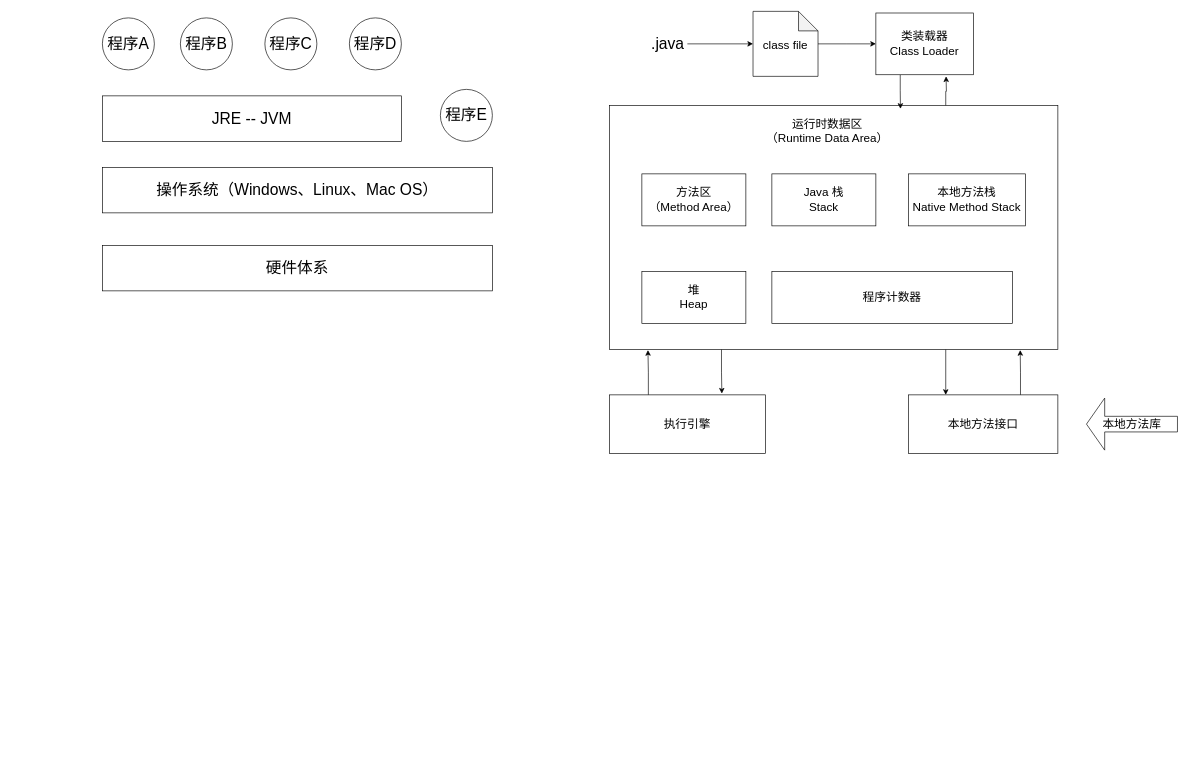
haxianhe/diagrams keeps this draw.io diagram as JVM.drawio. Above is the earlier version. Source tidied: cells renumbered, new cells numbered last; positions are measured from the earlier drawing's top-left corner, leaving out a move shared by most shapes. Both pictures are drawn from the tidied source at 65%, with x=0, y=0 at pixel (102, 11).
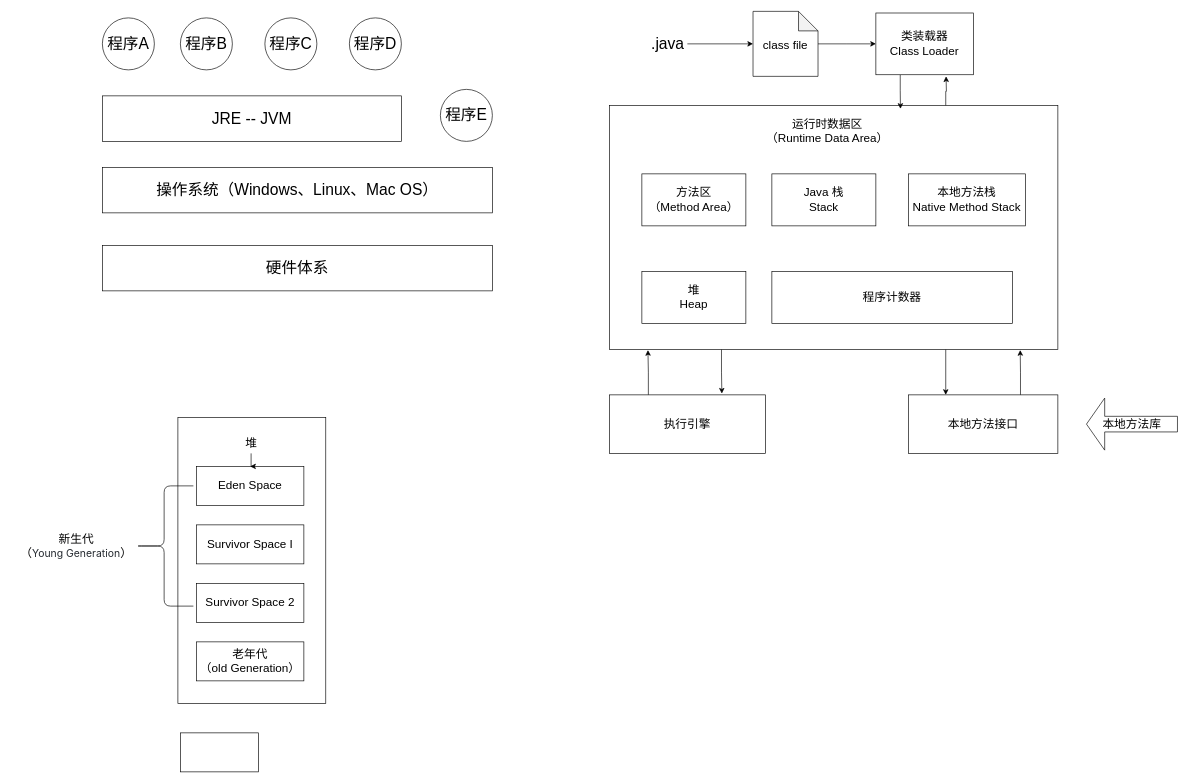
The same diagram, later.

Commit message:
堆内存模型

What changed in the source:
```diff
@@
+    <mxCell id="31" style="rounded=0;whiteSpace=wrap;html=1;" parent="1" vertex="1">
+      <mxGeometry x="116.2" y="625" width="227.5" height="440" as="geometry" />
+    </mxCell>
+    <mxCell id="32" value="&lt;font style=&quot;font-size: 18px;&quot;&gt;Eden Space&lt;/font&gt;" style="rounded=0;whiteSpace=wrap;html=1;" parent="1" vertex="1">
+      <mxGeometry x="145" y="700" width="165" height="60" as="geometry" />
+    </mxCell>
+    <mxCell id="33" value="&lt;font style=&quot;font-size: 18px;&quot;&gt;Survivor Space I&lt;/font&gt;" style="rounded=0;whiteSpace=wrap;html=1;" parent="1" vertex="1">
+      <mxGeometry x="145" y="790" width="165" height="60" as="geometry" />
+    </mxCell>
+    <mxCell id="34" value="&lt;font style=&quot;font-size: 18px;&quot;&gt;Survivor Space 2&lt;/font&gt;" style="rounded=0;whiteSpace=wrap;html=1;" parent="1" vertex="1">
+      <mxGeometry x="145" y="880" width="165" height="60" as="geometry" />
+    </mxCell>
+    <mxCell id="35" style="shape=curlyBracket;whiteSpace=wrap;html=1;rounded=1;fontSize=18;fillColor=#A680B8;" parent="1" vertex="1">
+      <mxGeometry x="50" y="730" width="90" height="185" as="geometry" />
+    </mxCell>
+    <mxCell id="36" value="新生代&lt;br&gt;（&lt;span style=&quot;color: rgb(36, 41, 47); font-family: -apple-system, &amp;quot;system-ui&amp;quot;, &amp;quot;Segoe UI&amp;quot;, Helvetica, Arial, sans-serif, &amp;quot;Apple Color Emoji&amp;quot;, &amp;quot;Segoe UI Emoji&amp;quot;; font-size: 16px; text-align: left; background-color: rgb(255, 255, 255);&quot;&gt;Young Generation&lt;/span&gt;）" style="text;html=1;strokeColor=none;fillColor=none;align=center;verticalAlign=middle;whiteSpace=wrap;rounded=0;fontSize=18;" parent="1" vertex="1">
+      <mxGeometry x="-140" y="815.8" width="200" height="13.5" as="geometry" />
+    </mxCell>
+    <mxCell id="37" value="老年代&lt;br&gt;（old Generation）" style="rounded=0;whiteSpace=wrap;html=1;fontSize=18;" parent="1" vertex="1">
+      <mxGeometry x="145" y="970" width="165" height="60" as="geometry" />
+    </mxCell>
+    <mxCell id="38" style="rounded=0;whiteSpace=wrap;html=1;fontSize=18;" parent="1" vertex="1">
+      <mxGeometry x="120" y="1110" width="120" height="60" as="geometry" />
+    </mxCell>
+    <mxCell id="39" style="edgeStyle=orthogonalEdgeStyle;rounded=0;jettySize=auto;html=1;fontSize=18;" parent="1" edge="1" source="40" target="32">
+      <mxGeometry relative="1" as="geometry" />
+    </mxCell>
+    <mxCell id="40" value="堆" style="text;html=1;strokeColor=none;fillColor=none;align=center;verticalAlign=middle;whiteSpace=wrap;rounded=0;fontSize=18;" parent="1" vertex="1">
+      <mxGeometry x="197.5" y="650" width="62.5" height="30" as="geometry" />
+    </mxCell>
```
